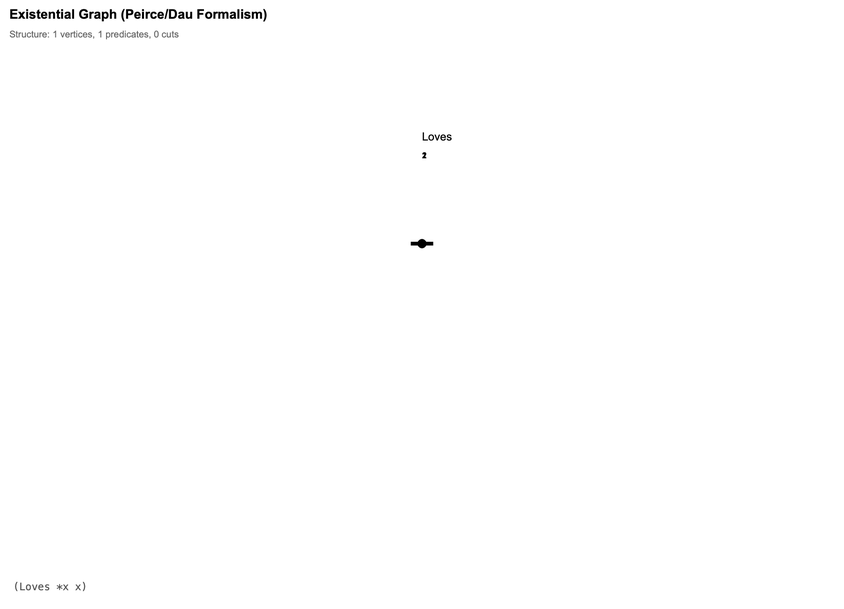
Earlier version of the Graphviz export reports/sanity_egif_dot/reflexive.png (mijahauan/Arisbe). Its source is kept beside it as reports/sanity_egif_dot/reflexive.dot.
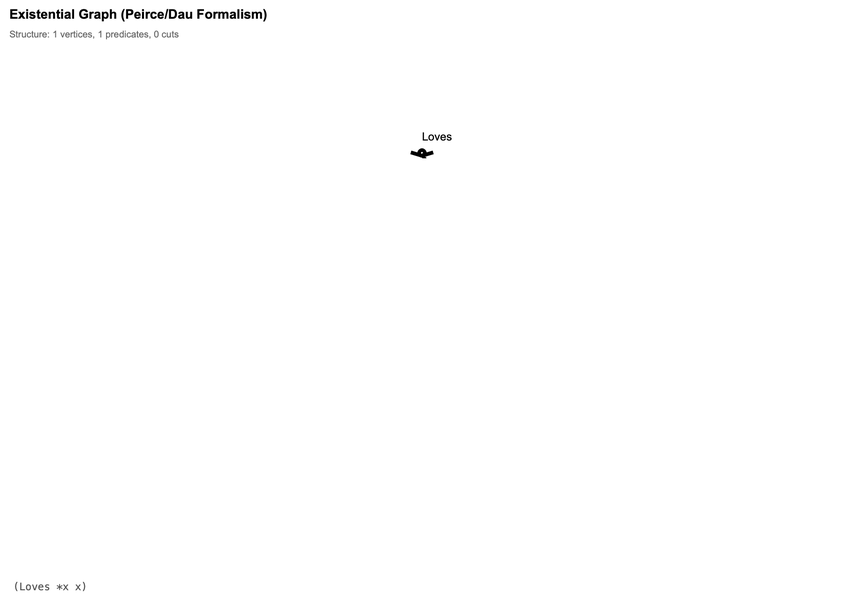
After the commit.

The edit, as a diff of the source:
```diff
@@ -16,7 +16,7 @@
   node [shape=circle, style=filled, fillcolor=lightblue, fontsize=10];
   edge [fontsize=9, labeldistance=1.5, labelangle=0];
 
-  v_009eb2f0 -- e_3ff9f457:w [style=bold, penwidth=2];
-  v_009eb2f0 -- e_3ff9f457:e [style=bold, penwidth=2];
+  v_8604bcf8 -- e_5970261f:w [style=bold, penwidth=2];
+  v_8604bcf8 -- e_5970261f:e [style=bold, penwidth=2];
 
 }
```
